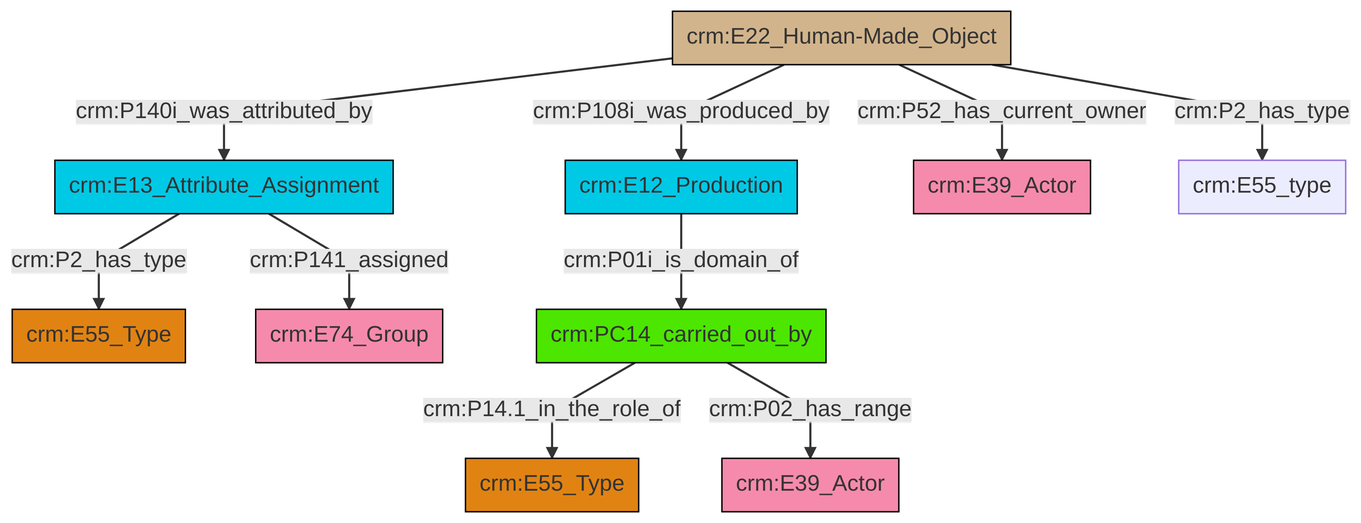
swiss-art-research-net/docs.swissartresearch keeps this Mermaid diagram as et/builtWorkCSV/ttl/mmd/png/Built_Work_actor_relations.png. Above is the earlier version. Its source is kept beside it as et/builtWorkCSV/ttl/mmd/Built_Work_actor_relations.ttl.mmd.
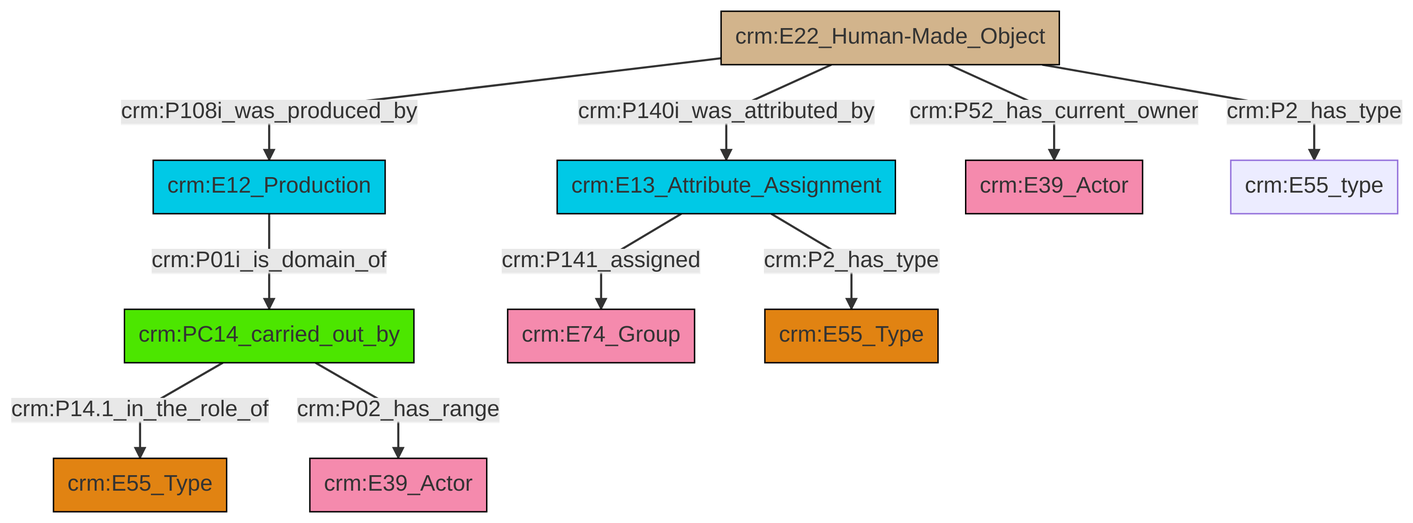
The same file after the commit.

The edit, as a diff of the source:
```diff
@@ -13,12 +13,12 @@
 classDef PC_Classes fill:#4ce600, stroke:#000000;
 classDef Multi fill:#cccccc,stroke:#000000;
 
-2["crm:E13_Attribute_Assignment"]:::Temporal_Entity -->|crm:P2_has_type| 3["crm:E55_Type"]:::Type
-5["crm:E22_Human-Made_Object"]:::Physical_Thing -->|crm:P140i_was_attributed_by| 2["crm:E13_Attribute_Assignment"]:::Temporal_Entity
-6["crm:PC14_carried_out_by"]:::PC_Classes -->|crm:P14.1_in_the_role_of| 7["crm:E55_Type"]:::Type
-5["crm:E22_Human-Made_Object"]:::Physical_Thing -->|crm:P108i_was_produced_by| 0["crm:E12_Production"]:::Temporal_Entity
-6["crm:PC14_carried_out_by"]:::PC_Classes -->|crm:P02_has_range| 8["crm:E39_Actor"]:::Actor
-5["crm:E22_Human-Made_Object"]:::Physical_Thing -->|crm:P52_has_current_owner| 9["crm:E39_Actor"]:::Actor
-2["crm:E13_Attribute_Assignment"]:::Temporal_Entity -->|crm:P141_assigned| 11["crm:E74_Group"]:::Actor
-5["crm:E22_Human-Made_Object"]:::Physical_Thing -->|crm:P2_has_type| 12["crm:E55_type"]:::Default
-0["crm:E12_Production"]:::Temporal_Entity -->|crm:P01i_is_domain_of| 6["crm:PC14_carried_out_by"]:::PC_Classes
+0["crm:PC14_carried_out_by"]:::PC_Classes -->|crm:P14.1_in_the_role_of| 1["crm:E55_Type"]:::Type
+7["crm:E13_Attribute_Assignment"]:::Temporal_Entity -->|crm:P141_assigned| 2["crm:E74_Group"]:::Actor
+0["crm:PC14_carried_out_by"]:::PC_Classes -->|crm:P02_has_range| 10["crm:E39_Actor"]:::Actor
+7["crm:E13_Attribute_Assignment"]:::Temporal_Entity -->|crm:P2_has_type| 11["crm:E55_Type"]:::Type
+12["crm:E22_Human-Made_Object"]:::Physical_Thing -->|crm:P140i_was_attributed_by| 7["crm:E13_Attribute_Assignment"]:::Temporal_Entity
+5["crm:E12_Production"]:::Temporal_Entity -->|crm:P01i_is_domain_of| 0["crm:PC14_carried_out_by"]:::PC_Classes
+12["crm:E22_Human-Made_Object"]:::Physical_Thing -->|crm:P52_has_current_owner| 8["crm:E39_Actor"]:::Actor
+12["crm:E22_Human-Made_Object"]:::Physical_Thing -->|crm:P2_has_type| 13["crm:E55_type"]:::Default
+12["crm:E22_Human-Made_Object"]:::Physical_Thing -->|crm:P108i_was_produced_by| 5["crm:E12_Production"]:::Temporal_Entity
```
